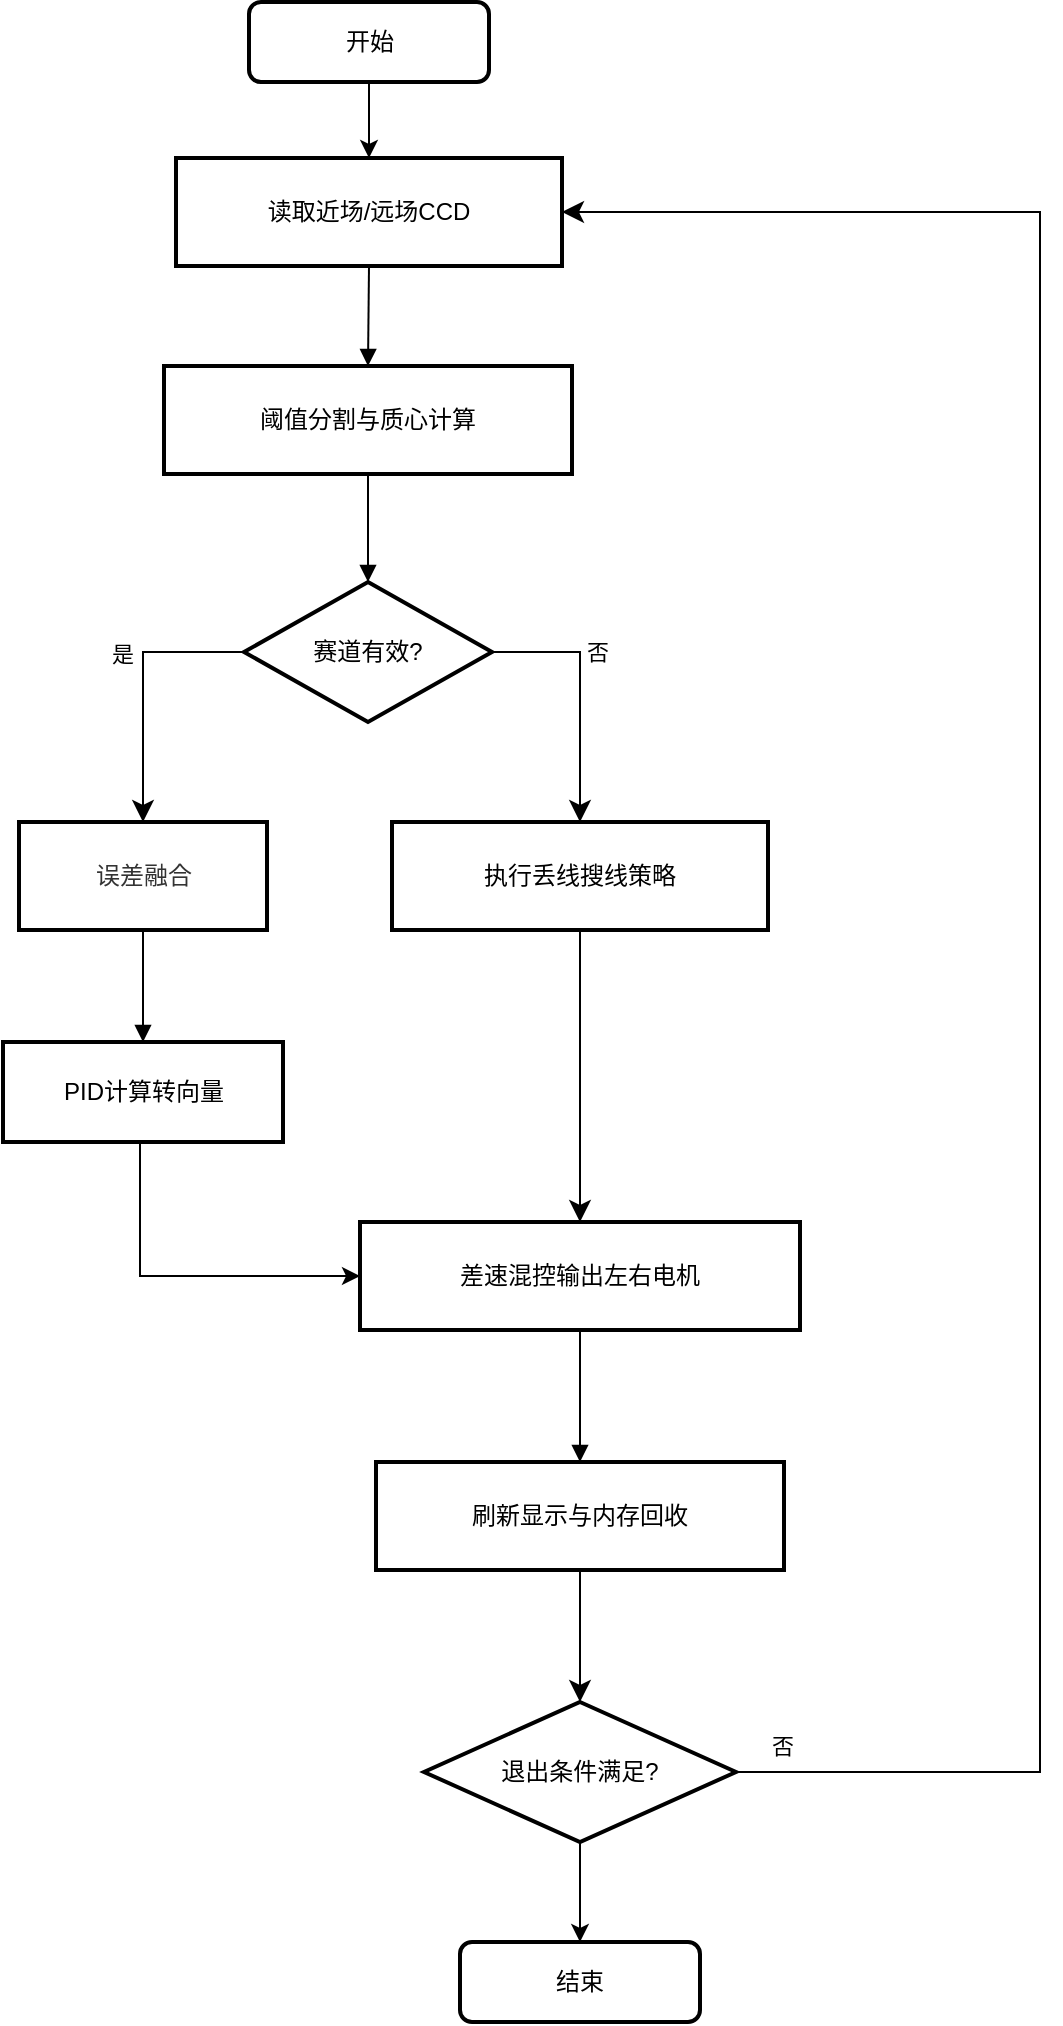
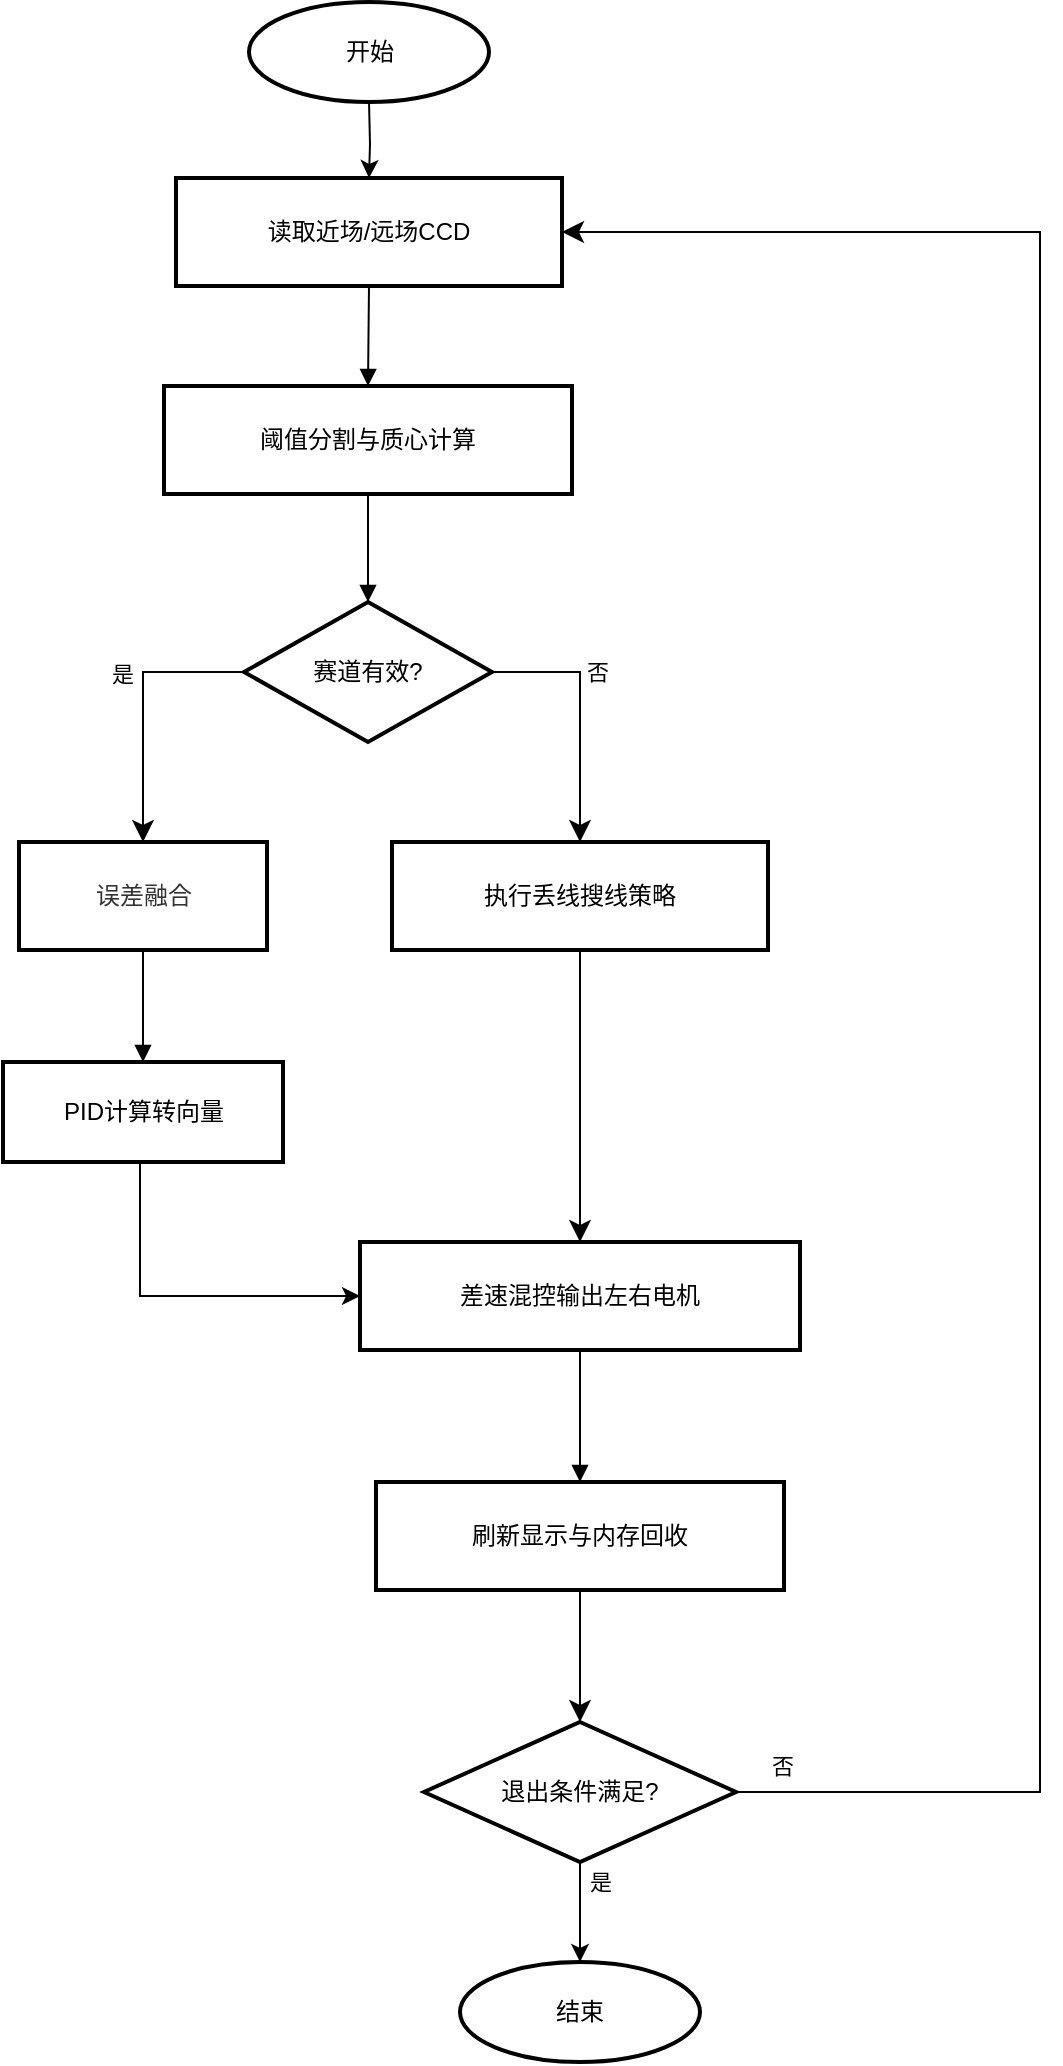
<mxfile host="app.diagrams.net">
  <diagram name="第 1 页" id="I5QYxL_e9CQ8vORsrXlX">
-     <mxGraphModel dx="2175" dy="1217" grid="1" gridSize="10" guides="1" tooltips="1" connect="1" arrows="1" fold="1" page="1" pageScale="1" pageWidth="827" pageHeight="1169" math="0" shadow="0">
+     <mxGraphModel dx="1768" dy="989" grid="1" gridSize="10" guides="1" tooltips="1" connect="1" arrows="1" fold="1" page="1" pageScale="1" pageWidth="827" pageHeight="1169" math="0" shadow="0">
      <root>
        <mxCell id="0" />
        <mxCell id="1" parent="0" />
        <mxCell id="zWOEAIPhYLGLeaexr9As-59" parent="1" style="whiteSpace=wrap;strokeWidth=2;fillColor=none;" value="读取近场/远场CCD" vertex="1">
          <mxGeometry height="54" width="193" x="118" y="378" as="geometry" />
        </mxCell>
        <mxCell id="zWOEAIPhYLGLeaexr9As-60" parent="1" style="whiteSpace=wrap;strokeWidth=2;fillColor=none;" value="阈值分割与质心计算" vertex="1">
          <mxGeometry height="54" width="204" x="112" y="482" as="geometry" />
        </mxCell>
        <mxCell id="zWOEAIPhYLGLeaexr9As-61" parent="1" style="rhombus;strokeWidth=2;whiteSpace=wrap;fillColor=none;" value="赛道有效?" vertex="1">
          <mxGeometry height="70" width="124" x="152" y="590" as="geometry" />
        </mxCell>
        <mxCell id="zWOEAIPhYLGLeaexr9As-62" parent="1" style="whiteSpace=wrap;strokeWidth=2;fillColor=none;strokeColor=default;fontColor=light-dark(#333333,#cccccc);" value="误差融合" vertex="1">
          <mxGeometry height="54" width="124" x="39.5" y="710" as="geometry" />
        </mxCell>
        <mxCell id="Jgnu3guSyKrTzqr-QHuh-8" edge="1" parent="1" source="zWOEAIPhYLGLeaexr9As-63" style="edgeStyle=orthogonalEdgeStyle;rounded=0;orthogonalLoop=1;jettySize=auto;html=1;entryX=0;entryY=0.5;entryDx=0;entryDy=0;" target="zWOEAIPhYLGLeaexr9As-64">
          <mxGeometry relative="1" as="geometry">
            <Array as="points">
              <mxPoint x="100" y="937" />
            </Array>
          </mxGeometry>
        </mxCell>
        <mxCell id="zWOEAIPhYLGLeaexr9As-63" parent="1" style="whiteSpace=wrap;strokeWidth=2;fillColor=none;" value="PID计算转向量" vertex="1">
          <mxGeometry height="50" width="140" x="31.5" y="820" as="geometry" />
        </mxCell>
        <mxCell id="zWOEAIPhYLGLeaexr9As-64" parent="1" style="whiteSpace=wrap;strokeWidth=2;fillColor=none;" value="差速混控输出左右电机" vertex="1">
          <mxGeometry height="54" width="220" x="210" y="910" as="geometry" />
        </mxCell>
        <mxCell id="zWOEAIPhYLGLeaexr9As-65" parent="1" style="whiteSpace=wrap;strokeWidth=2;fillColor=none;" value="执行丢线搜线策略" vertex="1">
          <mxGeometry height="54" width="188" x="226" y="710" as="geometry" />
        </mxCell>
        <mxCell id="zWOEAIPhYLGLeaexr9As-66" parent="1" style="whiteSpace=wrap;strokeWidth=2;fillColor=none;" value="刷新显示与内存回收" vertex="1">
          <mxGeometry height="54" width="204" x="218" y="1030" as="geometry" />
        </mxCell>
-         <mxCell id="Jgnu3guSyKrTzqr-QHuh-7" edge="1" parent="1" source="zWOEAIPhYLGLeaexr9As-67" style="edgeStyle=orthogonalEdgeStyle;rounded=0;orthogonalLoop=1;jettySize=auto;html=1;" target="Jgnu3guSyKrTzqr-QHuh-1" value="">
-           <mxGeometry relative="1" as="geometry" />
+         <mxCell id="Jgnu3guSyKrTzqr-QHuh-7" edge="1" parent="1" source="zWOEAIPhYLGLeaexr9As-67" style="edgeStyle=orthogonalEdgeStyle;rounded=0;orthogonalLoop=1;jettySize=auto;html=1;" value="">
+           <mxGeometry relative="1" as="geometry">
+             <mxPoint x="320" y="1270" as="targetPoint" />
+           </mxGeometry>
+         </mxCell>
+         <mxCell id="I6NkShCCZvc4hMIjrWN4-3" connectable="0" parent="Jgnu3guSyKrTzqr-QHuh-7" style="edgeLabel;html=1;align=center;verticalAlign=middle;resizable=0;points=[];" value="是" vertex="1">
+           <mxGeometry relative="1" x="-0.6333" y="1" as="geometry">
+             <mxPoint x="9" as="offset" />
+           </mxGeometry>
        </mxCell>
        <mxCell id="zWOEAIPhYLGLeaexr9As-67" parent="1" style="rhombus;strokeWidth=2;whiteSpace=wrap;fillColor=none;" value="退出条件满足?" vertex="1">
          <mxGeometry height="70" width="156" x="242" y="1150" as="geometry" />
        </mxCell>
        <mxCell id="zWOEAIPhYLGLeaexr9As-72" edge="1" parent="1" source="zWOEAIPhYLGLeaexr9As-59" style="curved=1;startArrow=none;endArrow=block;exitX=0.5;exitY=1;entryX=0.5;entryY=0;rounded=0;exitDx=0;exitDy=0;" target="zWOEAIPhYLGLeaexr9As-60" value="">
          <mxGeometry relative="1" as="geometry">
            <Array as="points" />
          </mxGeometry>
        </mxCell>
        <mxCell id="zWOEAIPhYLGLeaexr9As-73" edge="1" parent="1" source="zWOEAIPhYLGLeaexr9As-60" style="curved=1;startArrow=none;endArrow=block;exitX=0.5;exitY=1;entryX=0.5;entryY=0;rounded=0;" target="zWOEAIPhYLGLeaexr9As-61" value="">
          <mxGeometry relative="1" as="geometry">
            <Array as="points" />
          </mxGeometry>
        </mxCell>
        <mxCell id="zWOEAIPhYLGLeaexr9As-75" edge="1" parent="1" source="zWOEAIPhYLGLeaexr9As-62" style="curved=1;startArrow=none;endArrow=block;exitX=0.5;exitY=1;entryX=0.5;entryY=0;rounded=0;" target="zWOEAIPhYLGLeaexr9As-63" value="">
          <mxGeometry relative="1" as="geometry">
            <Array as="points" />
          </mxGeometry>
        </mxCell>
        <mxCell id="zWOEAIPhYLGLeaexr9As-79" edge="1" parent="1" source="zWOEAIPhYLGLeaexr9As-64" style="curved=1;startArrow=none;endArrow=block;exitX=0.5;exitY=1;entryX=0.5;entryY=0;rounded=0;" target="zWOEAIPhYLGLeaexr9As-66" value="">
          <mxGeometry relative="1" as="geometry">
            <Array as="points" />
          </mxGeometry>
        </mxCell>
        <mxCell id="zWOEAIPhYLGLeaexr9As-91" edge="1" parent="1" source="zWOEAIPhYLGLeaexr9As-61" style="edgeStyle=segmentEdgeStyle;endArrow=classic;html=1;curved=0;rounded=0;endSize=8;startSize=8;exitX=0;exitY=0.5;exitDx=0;exitDy=0;entryX=0.5;entryY=0;entryDx=0;entryDy=0;" target="zWOEAIPhYLGLeaexr9As-62" value="">
          <mxGeometry height="50" relative="1" width="50" as="geometry">
            <mxPoint x="70" y="690" as="sourcePoint" />
            <mxPoint x="120" y="640" as="targetPoint" />
          </mxGeometry>
        </mxCell>
        <mxCell id="zWOEAIPhYLGLeaexr9As-92" connectable="0" parent="zWOEAIPhYLGLeaexr9As-91" style="edgeLabel;html=1;align=center;verticalAlign=middle;resizable=0;points=[];labelBackgroundColor=none;" value="是" vertex="1">
          <mxGeometry relative="1" x="-0.2123" as="geometry">
            <mxPoint x="-11" y="-2" as="offset" />
          </mxGeometry>
        </mxCell>
        <mxCell id="zWOEAIPhYLGLeaexr9As-94" edge="1" parent="1" source="zWOEAIPhYLGLeaexr9As-61" style="edgeStyle=segmentEdgeStyle;endArrow=classic;html=1;curved=0;rounded=0;endSize=8;startSize=8;exitX=1;exitY=0.5;exitDx=0;exitDy=0;entryX=0.5;entryY=0;entryDx=0;entryDy=0;" target="zWOEAIPhYLGLeaexr9As-65" value="">
          <mxGeometry height="50" relative="1" width="50" as="geometry">
            <mxPoint x="270" y="700" as="sourcePoint" />
            <mxPoint x="320" y="650" as="targetPoint" />
          </mxGeometry>
        </mxCell>
        <mxCell id="zWOEAIPhYLGLeaexr9As-95" connectable="0" parent="zWOEAIPhYLGLeaexr9As-94" style="edgeLabel;html=1;align=center;verticalAlign=middle;resizable=0;points=[];labelBackgroundColor=none;" value="&lt;span&gt;否&amp;nbsp;&lt;/span&gt;" vertex="1">
          <mxGeometry relative="1" x="-0.1649" y="2" as="geometry">
            <mxPoint x="8" y="-10" as="offset" />
          </mxGeometry>
        </mxCell>
        <mxCell id="zWOEAIPhYLGLeaexr9As-98" edge="1" parent="1" source="zWOEAIPhYLGLeaexr9As-65" style="edgeStyle=segmentEdgeStyle;endArrow=classic;html=1;curved=0;rounded=0;endSize=8;startSize=8;exitX=0.5;exitY=1;exitDx=0;exitDy=0;" target="zWOEAIPhYLGLeaexr9As-64" value="">
          <mxGeometry height="50" relative="1" width="50" as="geometry">
            <mxPoint x="280" y="960" as="sourcePoint" />
            <mxPoint x="330" y="910" as="targetPoint" />
          </mxGeometry>
        </mxCell>
        <mxCell id="zWOEAIPhYLGLeaexr9As-99" edge="1" parent="1" source="zWOEAIPhYLGLeaexr9As-66" style="edgeStyle=segmentEdgeStyle;endArrow=classic;html=1;curved=0;rounded=0;endSize=8;startSize=8;exitX=0.5;exitY=1;exitDx=0;exitDy=0;entryX=0.5;entryY=0;entryDx=0;entryDy=0;" target="zWOEAIPhYLGLeaexr9As-67" value="">
          <mxGeometry height="50" relative="1" width="50" as="geometry">
            <mxPoint x="240" y="1260" as="sourcePoint" />
            <mxPoint x="290" y="1210" as="targetPoint" />
          </mxGeometry>
        </mxCell>
        <mxCell id="zWOEAIPhYLGLeaexr9As-100" edge="1" parent="1" source="zWOEAIPhYLGLeaexr9As-67" style="edgeStyle=elbowEdgeStyle;elbow=horizontal;endArrow=classic;html=1;curved=0;rounded=0;endSize=8;startSize=8;exitX=1;exitY=0.5;exitDx=0;exitDy=0;entryX=1;entryY=0.5;entryDx=0;entryDy=0;" target="zWOEAIPhYLGLeaexr9As-59" value="">
          <mxGeometry height="50" relative="1" width="50" as="geometry">
            <Array as="points">
              <mxPoint x="550" y="1060" />
            </Array>
            <mxPoint x="390" y="880" as="sourcePoint" />
            <mxPoint x="440" y="830" as="targetPoint" />
          </mxGeometry>
        </mxCell>
        <mxCell id="zWOEAIPhYLGLeaexr9As-101" connectable="0" parent="zWOEAIPhYLGLeaexr9As-100" style="edgeLabel;html=1;align=center;verticalAlign=middle;resizable=0;points=[];labelBackgroundColor=none;" value="否" vertex="1">
          <mxGeometry relative="1" x="-0.9593" y="1" as="geometry">
            <mxPoint x="-1" y="-12" as="offset" />
          </mxGeometry>
        </mxCell>
-         <mxCell id="Jgnu3guSyKrTzqr-QHuh-1" parent="1" style="rounded=1;whiteSpace=wrap;html=1;fillColor=none;strokeWidth=2;" value="结束" vertex="1">
-           <mxGeometry height="40" width="120" x="260" y="1270" as="geometry" />
+         <mxCell id="Jgnu3guSyKrTzqr-QHuh-3" edge="1" parent="1" style="edgeStyle=orthogonalEdgeStyle;rounded=0;orthogonalLoop=1;jettySize=auto;html=1;" target="zWOEAIPhYLGLeaexr9As-59" value="">
+           <mxGeometry relative="1" as="geometry">
+             <mxPoint x="214.5076923076923" y="340" as="sourcePoint" />
+           </mxGeometry>
        </mxCell>
-         <mxCell id="Jgnu3guSyKrTzqr-QHuh-3" edge="1" parent="1" source="Jgnu3guSyKrTzqr-QHuh-2" style="edgeStyle=orthogonalEdgeStyle;rounded=0;orthogonalLoop=1;jettySize=auto;html=1;" target="zWOEAIPhYLGLeaexr9As-59" value="">
-           <mxGeometry relative="1" as="geometry" />
+         <mxCell id="I6NkShCCZvc4hMIjrWN4-1" parent="1" style="strokeWidth=2;html=1;shape=mxgraph.flowchart.start_1;whiteSpace=wrap;fillColor=none;" value="开始" vertex="1">
+           <mxGeometry height="50" width="120" x="154.5" y="290" as="geometry" />
        </mxCell>
-         <mxCell id="Jgnu3guSyKrTzqr-QHuh-2" parent="1" style="rounded=1;whiteSpace=wrap;html=1;fillColor=none;strokeWidth=2;" value="开始" vertex="1">
-           <mxGeometry height="40" width="120" x="154.5" y="300" as="geometry" />
+         <mxCell id="I6NkShCCZvc4hMIjrWN4-2" parent="1" style="strokeWidth=2;html=1;shape=mxgraph.flowchart.start_1;whiteSpace=wrap;fillColor=none;" value="结束" vertex="1">
+           <mxGeometry height="50" width="120" x="260" y="1270" as="geometry" />
        </mxCell>
      </root>
    </mxGraphModel>
  </diagram>
</mxfile>
